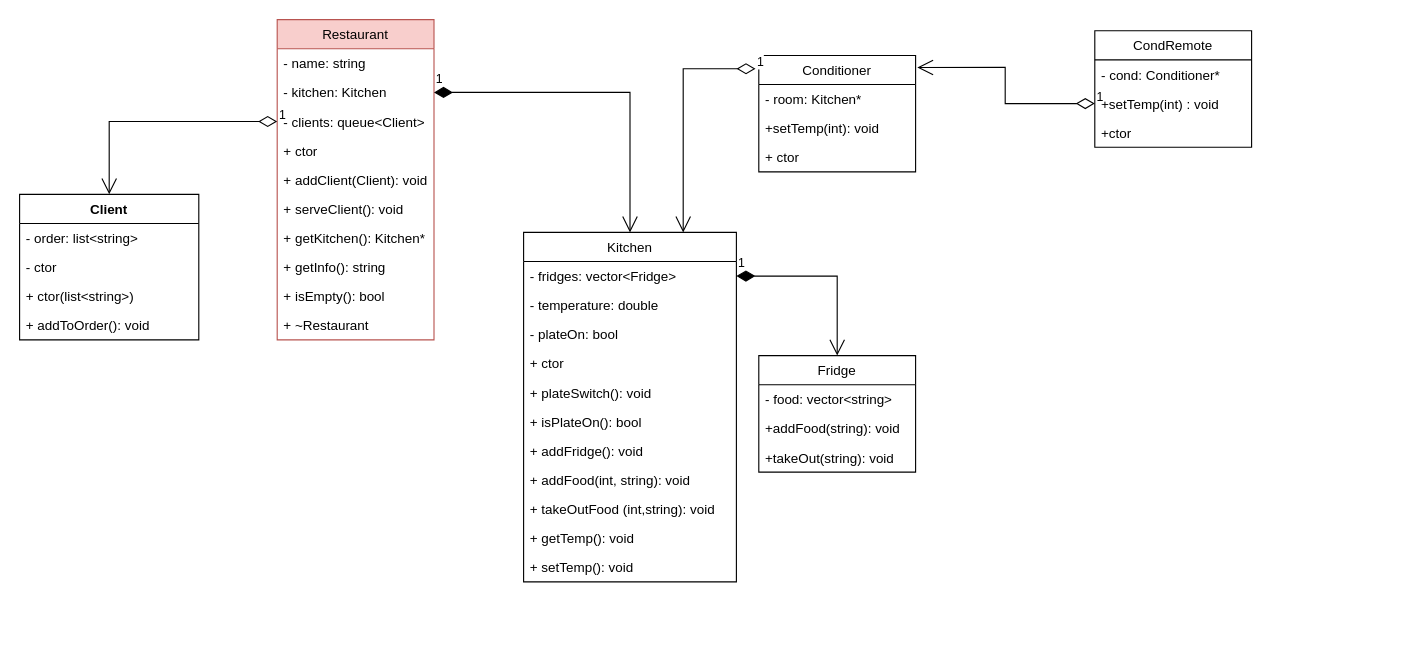
Earlier version of the draw.io diagram folder/Restaurant.drawio (bondarenkoigor/UML). Source tidied: cells renumbered, new cells numbered last; positions are measured from the earlier drawing's top-left corner, leaving out a move shared by most shapes. Both pictures are drawn from the tidied source at 112%, with x=0, y=0 at pixel (19, 19).
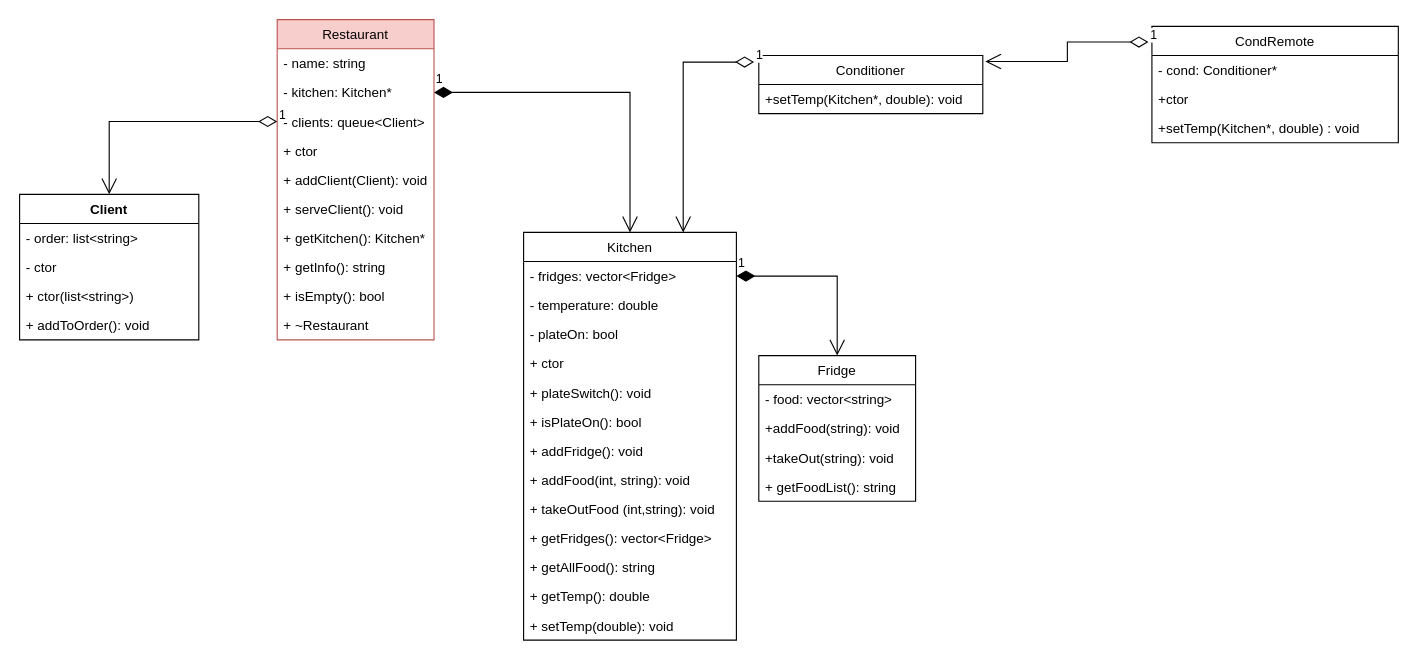
The same page after the edit.

The change refers to these unchanged cells:
```xml
<mxCell id="2" value="Restaurant" style="swimlane;fontStyle=0;horizontal=1;startSize=26;fillColor=#f8cecc;strokeColor=#b85450;" parent="1" vertex="1">
  <mxGeometry x="230" width="140" height="286" as="geometry" />
</mxCell>
```

What changed in the source:
```diff
@@
-    <mxCell id="4" value="- kitchen: Kitchen" style="text;strokeColor=none;fillColor=none;align=left;verticalAlign=top;spacingLeft=4;spacingRight=4;overflow=hidden;points=[[0,0.5],[1,0.5]];portConstraint=eastwest;" parent="2" vertex="1">
+    <mxCell id="4" value="- kitchen: Kitchen*" style="text;strokeColor=none;fillColor=none;align=left;verticalAlign=top;spacingLeft=4;spacingRight=4;overflow=hidden;points=[[0,0.5],[1,0.5]];portConstraint=eastwest;" parent="2" vertex="1">
       <mxGeometry y="52" width="140" height="26" as="geometry" />
     </mxCell>
@@
     <mxCell id="13" value="Conditioner" style="swimlane;fontStyle=0;horizontal=1;startSize=26;fillColor=none;" parent="1" vertex="1">
-      <mxGeometry x="660" y="32" width="140" height="104" as="geometry" />
+      <mxGeometry x="660" y="32" width="200" height="52" as="geometry" />
     </mxCell>
-    <mxCell id="14" value="- room: Kitchen*" style="text;strokeColor=none;fillColor=none;align=left;verticalAlign=top;spacingLeft=4;spacingRight=4;overflow=hidden;" parent="13" vertex="1">
-      <mxGeometry y="26" width="140" height="26" as="geometry" />
-    </mxCell>
-    <mxCell id="15" value="+setTemp(int): void" style="text;strokeColor=none;fillColor=none;align=left;verticalAlign=top;spacingLeft=4;spacingRight=4;overflow=hidden;" parent="13" vertex="1">
-      <mxGeometry y="52" width="140" height="26" as="geometry" />
+    <mxCell id="15" value="+setTemp(Kitchen*, double): void" style="text;strokeColor=none;fillColor=none;align=left;verticalAlign=top;spacingLeft=4;spacingRight=4;overflow=hidden;" parent="13" vertex="1">
+      <mxGeometry y="26" width="200" height="26" as="geometry" />
     </mxCell>
-    <mxCell id="16" value="+ ctor" style="text;strokeColor=none;fillColor=none;align=left;verticalAlign=top;spacingLeft=4;spacingRight=4;overflow=hidden;" parent="13" vertex="1">
-      <mxGeometry y="78" width="140" height="26" as="geometry" />
-    </mxCell>
     <mxCell id="17" value="Kitchen" style="swimlane;fontStyle=0;horizontal=1;startSize=26;fillColor=none;" parent="1" vertex="1">
-      <mxGeometry x="450" y="190" width="190" height="312" as="geometry" />
+      <mxGeometry x="450" y="190" width="190" height="364" as="geometry" />
     </mxCell>
@@
+    <mxCell id="47" value="+ getFridges(): vector&lt;Fridge&gt;" style="text;strokeColor=none;fillColor=none;align=left;verticalAlign=top;spacingLeft=4;spacingRight=4;overflow=hidden;" parent="17" vertex="1">
+      <mxGeometry y="260" width="190" height="26" as="geometry" />
+    </mxCell>
+    <mxCell id="48" value="+ getAllFood(): string" style="text;strokeColor=none;fillColor=none;align=left;verticalAlign=top;spacingLeft=4;spacingRight=4;overflow=hidden;" parent="17" vertex="1">
+      <mxGeometry y="286" width="190" height="26" as="geometry" />
+    </mxCell>
-    <mxCell id="27" value="+ getTemp(): void" style="text;strokeColor=none;fillColor=none;align=left;verticalAlign=top;spacingLeft=4;spacingRight=4;overflow=hidden;" parent="17" vertex="1">
-      <mxGeometry y="260" width="190" height="26" as="geometry" />
+    <mxCell id="27" value="+ getTemp(): double" style="text;strokeColor=none;fillColor=none;align=left;verticalAlign=top;spacingLeft=4;spacingRight=4;overflow=hidden;" parent="17" vertex="1">
+      <mxGeometry y="312" width="190" height="26" as="geometry" />
     </mxCell>
-    <mxCell id="28" value="+ setTemp(): void" style="text;strokeColor=none;fillColor=none;align=left;verticalAlign=top;spacingLeft=4;spacingRight=4;overflow=hidden;" parent="17" vertex="1">
-      <mxGeometry y="286" width="190" height="26" as="geometry" />
+    <mxCell id="28" value="+ setTemp(double): void" style="text;strokeColor=none;fillColor=none;align=left;verticalAlign=top;spacingLeft=4;spacingRight=4;overflow=hidden;" parent="17" vertex="1">
+      <mxGeometry y="338" width="190" height="26" as="geometry" />
     </mxCell>
@@
     <mxCell id="30" value="Fridge" style="swimlane;fontStyle=0;horizontal=1;startSize=26;fillColor=none;" parent="1" vertex="1">
-      <mxGeometry x="660" y="300" width="140" height="104" as="geometry" />
+      <mxGeometry x="660" y="300" width="140" height="130" as="geometry" />
     </mxCell>
@@
+    <mxCell id="49" value="+ getFoodList(): string" style="text;strokeColor=none;fillColor=none;align=left;verticalAlign=top;spacingLeft=4;spacingRight=4;overflow=hidden;" parent="30" vertex="1">
+      <mxGeometry y="104" width="140" height="26" as="geometry" />
+    </mxCell>
@@
     <mxCell id="35" value="CondRemote" style="swimlane;fontStyle=0;horizontal=1;startSize=26;fillColor=none;" parent="1" vertex="1">
-      <mxGeometry x="960" y="10" width="140" height="104" as="geometry" />
+      <mxGeometry x="1011" y="6" width="220" height="104" as="geometry" />
     </mxCell>
     <mxCell id="36" value="- cond: Conditioner*" style="text;strokeColor=none;fillColor=none;align=left;verticalAlign=top;spacingLeft=4;spacingRight=4;overflow=hidden;" parent="35" vertex="1">
-      <mxGeometry y="26" width="140" height="26" as="geometry" />
+      <mxGeometry y="26" width="220" height="26" as="geometry" />
     </mxCell>
+    <mxCell id="38" value="+ctor" style="text;strokeColor=none;fillColor=none;align=left;verticalAlign=top;spacingLeft=4;spacingRight=4;overflow=hidden;" parent="35" vertex="1">
+      <mxGeometry y="52" width="220" height="26" as="geometry" />
+    </mxCell>
-    <mxCell id="37" value="+setTemp(int) : void" style="text;strokeColor=none;fillColor=none;align=left;verticalAlign=top;spacingLeft=4;spacingRight=4;overflow=hidden;points=[[0,0.5],[1,0.5]];portConstraint=eastwest;" parent="35" vertex="1">
-      <mxGeometry y="52" width="140" height="26" as="geometry" />
+    <mxCell id="37" value="+setTemp(Kitchen*, double) : void" style="text;strokeColor=none;fillColor=none;align=left;verticalAlign=top;spacingLeft=4;spacingRight=4;overflow=hidden;points=[[0,0.5],[1,0.5]];portConstraint=eastwest;" parent="35" vertex="1">
+      <mxGeometry y="78" width="220" height="26" as="geometry" />
     </mxCell>
-    <mxCell id="38" value="+ctor" style="text;strokeColor=none;fillColor=none;align=left;verticalAlign=top;spacingLeft=4;spacingRight=4;overflow=hidden;" parent="35" vertex="1">
-      <mxGeometry y="78" width="140" height="26" as="geometry" />
-    </mxCell>
-    <mxCell id="39" value="1" style="endArrow=open;html=1;endSize=12;startArrow=diamondThin;startSize=14;startFill=0;edgeStyle=orthogonalEdgeStyle;align=left;verticalAlign=bottom;rounded=0;exitX=0;exitY=0.5;exitDx=0;exitDy=0;entryX=1.011;entryY=0.103;entryDx=0;entryDy=0;entryPerimeter=0;" parent="1" edge="1" source="37" target="13">
+    <mxCell id="39" value="1" style="endArrow=open;html=1;endSize=12;startArrow=diamondThin;startSize=14;startFill=0;edgeStyle=orthogonalEdgeStyle;align=left;verticalAlign=bottom;rounded=0;exitX=-0.014;exitY=0.135;exitDx=0;exitDy=0;entryX=1.011;entryY=0.103;entryDx=0;entryDy=0;entryPerimeter=0;exitPerimeter=0;" parent="1" edge="1" source="35" target="13">
       <mxGeometry x="-1" y="3" relative="1" as="geometry" />
     </mxCell>
```
